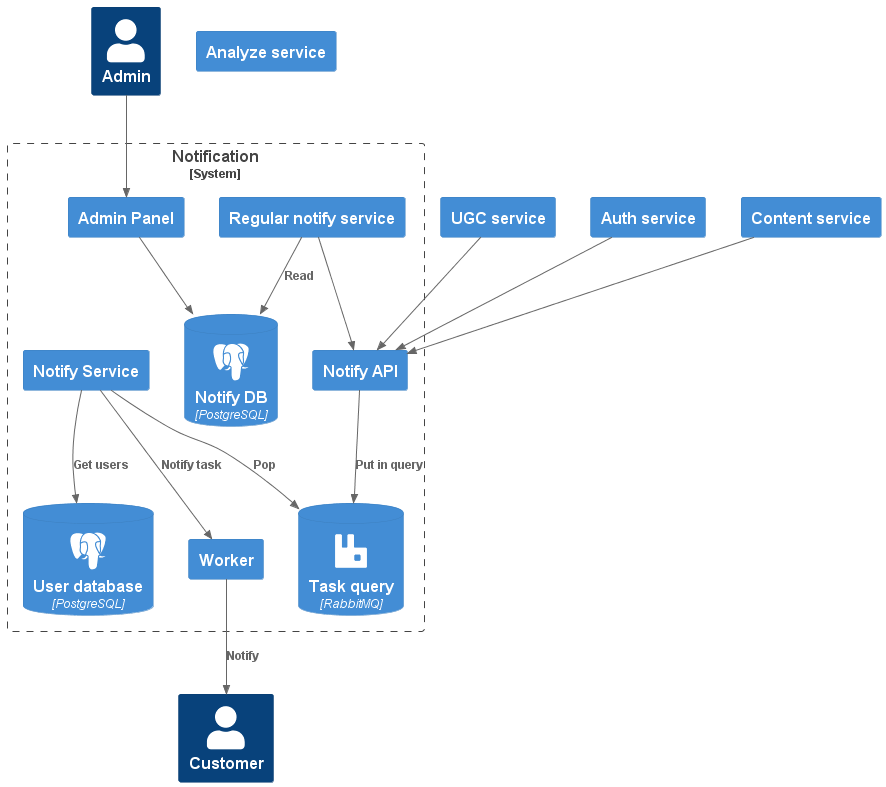
Earlier version of the PlantUML export diagrams/out/to_be/to_be.png (likeinlife-Yandex-Practicum/notification).
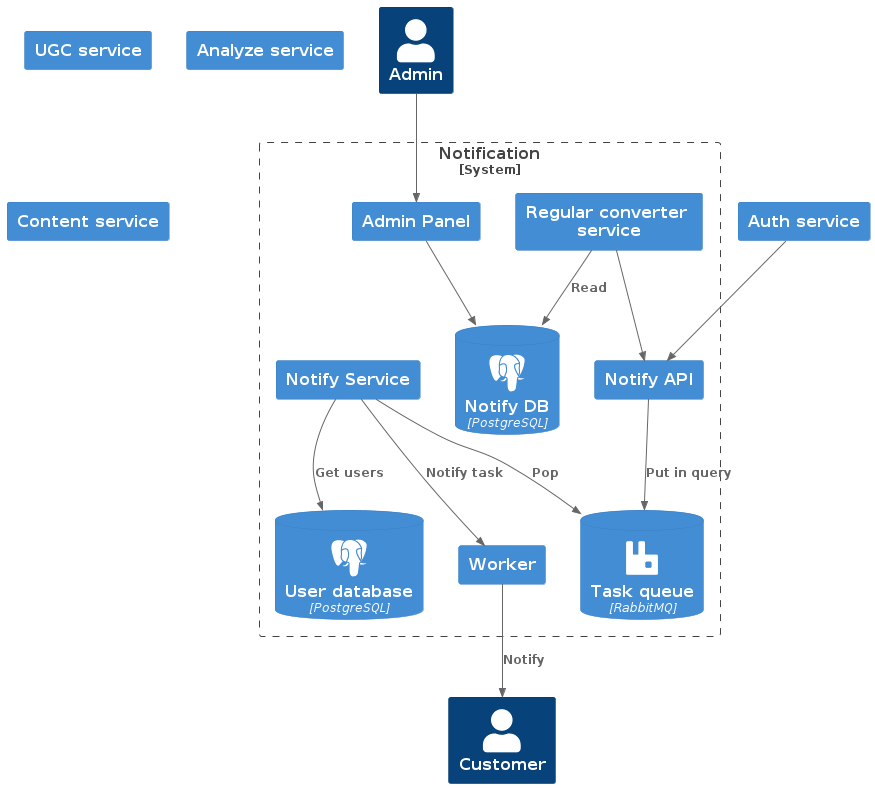
After the change.

Change to the diagram source:
```diff
@@ -12,10 +12,10 @@
 System_Boundary(notification_system, "Notification") {
     Container(admin_panel, "Admin Panel")
     Container(notify_api, "Notify API")
-    Container(notify_regular_service, "Regular notify service")
+    Container(notify_regular_service, "Regular converter service")
     Container(notify_service, "Notify Service")
     ContainerDb(db, "Notify DB", "PostgreSQL", $sprite="postgresql")
-    ContainerDb(query, "Task query", "RabbitMQ", $sprite="rabbitmq")
+    ContainerDb(query, "Task queue", "RabbitMQ", $sprite="rabbitmq")
     ContainerDb(user_db, "User database", "PostgreSQL", $sprite="postgresql")
     Container(worker, "Worker")
 }
@@ -26,8 +26,6 @@
 Container(content_service, "Content service")
 
 Rel(auth_service, notify_api, "")
-Rel(content_service, notify_api, "")
-Rel(ugc_service, notify_api, "")
 
 Rel(notify_admin, admin_panel, "")
 Rel(admin_panel, db, "")
```
